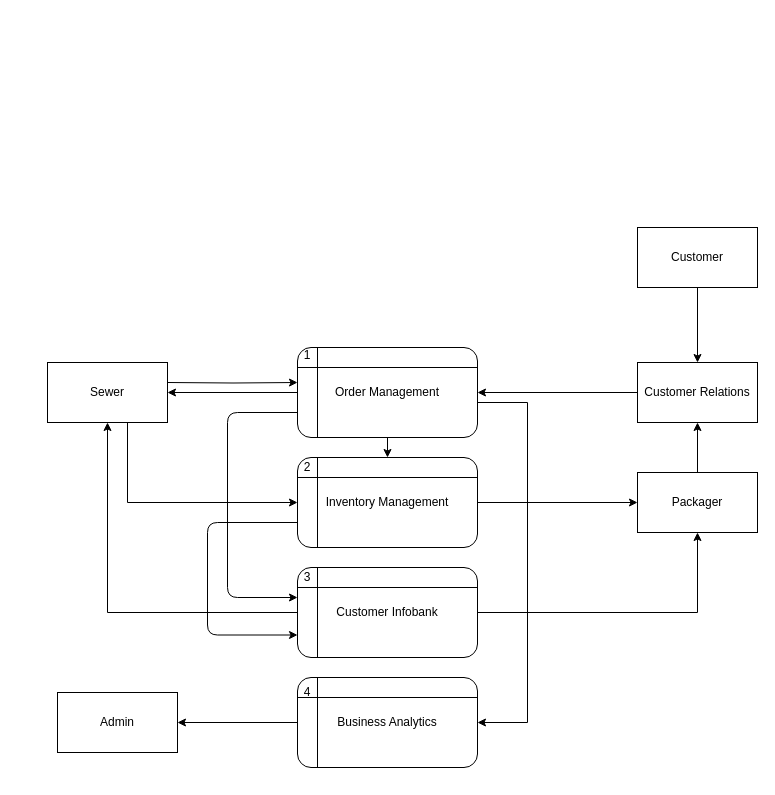
Above: page "Revision Level 1 DFD" (2 of 6) of DFD DIAGRAMS.drawio in BryanFabellore/Team_SPOTLIGHT (draw.io), before the change. Source tidied: cells renumbered, new cells numbered last; positions are measured from the earlier drawing's top-left corner, leaving out a move shared by most shapes. Both pictures are drawn from the tidied source at 100%, with x=0, y=0 at pixel (47, 227).
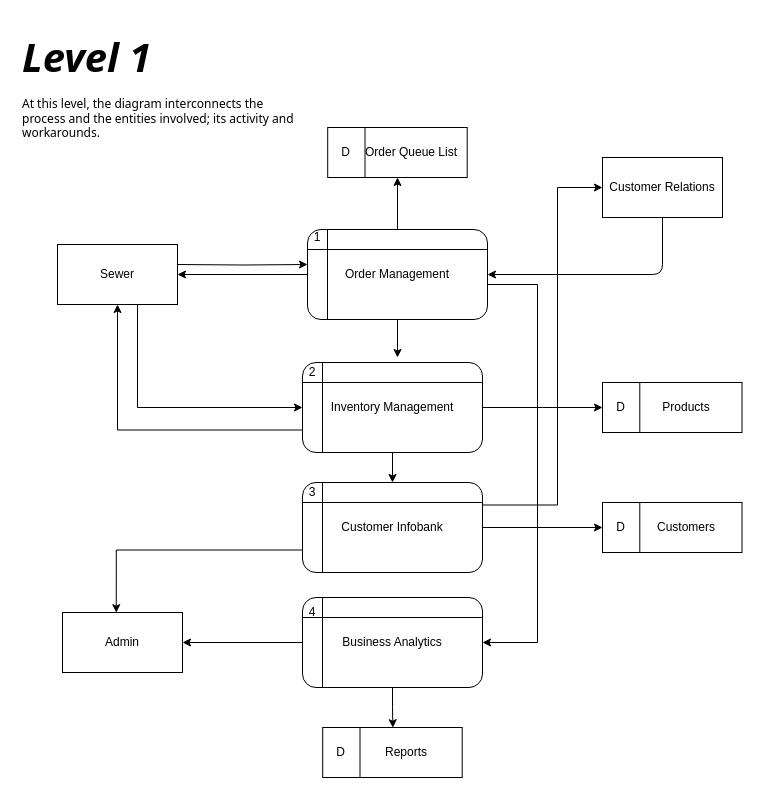
After the change.

Diff of the diagram source:
```diff
@@
+    <mxCell id="3" style="edgeStyle=orthogonalEdgeStyle;rounded=0;jettySize=auto;html=1;exitX=1;exitY=0.5;exitDx=0;exitDy=0;" parent="1" edge="1" source="4">
+      <mxGeometry relative="1" as="geometry">
+        <mxPoint x="555" y="180" as="targetPoint" />
+      </mxGeometry>
+    </mxCell>
+    <mxCell id="29" style="edgeStyle=orthogonalEdgeStyle;rounded=0;jettySize=auto;html=1;exitX=0;exitY=0.75;exitDx=0;exitDy=0;entryX=0.5;entryY=1;entryDx=0;entryDy=0;" parent="1" edge="1" source="4" target="19">
+      <mxGeometry relative="1" as="geometry" />
+    </mxCell>
-    <mxCell id="2" style="edgeStyle=orthogonalEdgeStyle;rounded=1;jettySize=auto;html=1;entryX=0;entryY=0.75;entryDx=0;entryDy=0;fontFamily=Helvetica;fontSize=12;fontColor=default;" parent="1" edge="1" source="4" target="7">
-      <mxGeometry relative="1" as="geometry">
-        <Array as="points">
-          <mxPoint x="160" y="295" />
-          <mxPoint x="160" y="408" />
-        </Array>
-      </mxGeometry>
+    <mxCell id="2" style="edgeStyle=orthogonalEdgeStyle;rounded=0;jettySize=auto;html=1;exitX=0.5;exitY=1;exitDx=0;exitDy=0;entryX=0.5;entryY=0;entryDx=0;entryDy=0;" parent="1" edge="1" source="4" target="7">
+      <mxGeometry relative="1" as="geometry" />
     </mxCell>
-    <mxCell id="3" style="edgeStyle=orthogonalEdgeStyle;rounded=0;jettySize=auto;html=1;exitX=1;exitY=0.5;exitDx=0;exitDy=0;entryX=0;entryY=0.5;entryDx=0;entryDy=0;" parent="1" edge="1" source="4" target="21">
-      <mxGeometry relative="1" as="geometry" />
-    </mxCell>
     <mxCell id="4" value="Inventory Management" style="shape=internalStorage;whiteSpace=wrap;html=1;backgroundOutline=1;rounded=1;strokeColor=default;fontFamily=Helvetica;fontSize=12;fontColor=default;fillColor=#FFFFFF;" parent="1" vertex="1">
-      <mxGeometry x="250" y="230" width="180" height="90" as="geometry" />
+      <mxGeometry x="255" y="135" width="180" height="90" as="geometry" />
     </mxCell>
-    <mxCell id="5" style="edgeStyle=orthogonalEdgeStyle;rounded=0;jettySize=auto;html=1;exitX=1;exitY=0.5;exitDx=0;exitDy=0;entryX=0.5;entryY=1;entryDx=0;entryDy=0;" parent="1" edge="1" source="7" target="21">
-      <mxGeometry relative="1" as="geometry" />
-    </mxCell>
-    <mxCell id="6" style="edgeStyle=orthogonalEdgeStyle;rounded=0;jettySize=auto;html=1;entryX=0.5;entryY=1;entryDx=0;entryDy=0;" parent="1" edge="1" source="7" target="19">
-      <mxGeometry relative="1" as="geometry" />
-    </mxCell>
+    <mxCell id="30" style="edgeStyle=orthogonalEdgeStyle;rounded=0;jettySize=auto;html=1;entryX=0;entryY=0.5;entryDx=0;entryDy=0;" parent="1" edge="1" source="7" target="44">
+      <mxGeometry relative="1" as="geometry">
+        <Array as="points">
+          <mxPoint x="555" y="300" />
+        </Array>
+      </mxGeometry>
+    </mxCell>
+    <mxCell id="31" style="edgeStyle=orthogonalEdgeStyle;rounded=0;jettySize=auto;html=1;exitX=0;exitY=0.75;exitDx=0;exitDy=0;entryX=0.448;entryY=0.003;entryDx=0;entryDy=0;entryPerimeter=0;" parent="1" edge="1" source="7" target="17">
+      <mxGeometry relative="1" as="geometry" />
+    </mxCell>
+    <mxCell id="32" style="edgeStyle=orthogonalEdgeStyle;rounded=0;jettySize=auto;html=1;exitX=1;exitY=0.25;exitDx=0;exitDy=0;entryX=0;entryY=0.5;entryDx=0;entryDy=0;" parent="1" edge="1" source="7" target="16">
+      <mxGeometry relative="1" as="geometry">
+        <Array as="points">
+          <mxPoint x="510" y="278" />
+          <mxPoint x="510" y="-40" />
+        </Array>
+      </mxGeometry>
+    </mxCell>
     <mxCell id="7" value="Customer Infobank" style="shape=internalStorage;whiteSpace=wrap;html=1;backgroundOutline=1;rounded=1;strokeColor=default;fontFamily=Helvetica;fontSize=12;fontColor=default;fillColor=#FFFFFF;" parent="1" vertex="1">
-      <mxGeometry x="250" y="340" width="180" height="90" as="geometry" />
+      <mxGeometry x="255" y="255" width="180" height="90" as="geometry" />
     </mxCell>
@@
+    <mxCell id="33" style="edgeStyle=orthogonalEdgeStyle;rounded=0;jettySize=auto;html=1;entryX=0.381;entryY=0.004;entryDx=0;entryDy=0;entryPerimeter=0;" parent="1" edge="1" source="9" target="46">
+      <mxGeometry relative="1" as="geometry" />
+    </mxCell>
     <mxCell id="9" value="Business Analytics" style="shape=internalStorage;whiteSpace=wrap;html=1;backgroundOutline=1;rounded=1;strokeColor=default;fontFamily=Helvetica;fontSize=12;fontColor=default;fillColor=#FFFFFF;" parent="1" vertex="1">
-      <mxGeometry x="250" y="450" width="180" height="90" as="geometry" />
+      <mxGeometry x="255" y="370" width="180" height="90" as="geometry" />
     </mxCell>
-    <mxCell id="10" style="edgeStyle=orthogonalEdgeStyle;rounded=1;jettySize=auto;html=1;fontFamily=Helvetica;fontSize=12;fontColor=default;" parent="1" edge="1" source="14" target="7">
-      <mxGeometry relative="1" as="geometry">
-        <Array as="points">
-          <mxPoint x="180" y="185" />
-          <mxPoint x="180" y="370" />
-        </Array>
-      </mxGeometry>
-    </mxCell>
@@
-    <mxCell id="12" style="edgeStyle=orthogonalEdgeStyle;rounded=0;jettySize=auto;html=1;exitX=0.5;exitY=1;exitDx=0;exitDy=0;entryX=0.5;entryY=0;entryDx=0;entryDy=0;" parent="1" edge="1" source="14" target="4">
-      <mxGeometry relative="1" as="geometry" />
+    <mxCell id="12" style="edgeStyle=orthogonalEdgeStyle;rounded=0;jettySize=auto;html=1;exitX=0.5;exitY=1;exitDx=0;exitDy=0;" parent="1" edge="1" source="14">
+      <mxGeometry relative="1" as="geometry">
+        <mxPoint x="350" y="130" as="targetPoint" />
+      </mxGeometry>
     </mxCell>
     <mxCell id="13" style="edgeStyle=orthogonalEdgeStyle;rounded=0;jettySize=auto;html=1;exitX=1;exitY=0.75;exitDx=0;exitDy=0;entryX=1;entryY=0.5;entryDx=0;entryDy=0;" parent="1" edge="1" source="14" target="9">
       <mxGeometry relative="1" as="geometry">
         <Array as="points">
-          <mxPoint x="430" y="175" />
-          <mxPoint x="480" y="175" />
-          <mxPoint x="480" y="495" />
+          <mxPoint x="440" y="57" />
+          <mxPoint x="490" y="57" />
+          <mxPoint x="490" y="415" />
         </Array>
       </mxGeometry>
     </mxCell>
+    <mxCell id="34" style="edgeStyle=orthogonalEdgeStyle;rounded=0;jettySize=auto;html=1;" parent="1" edge="1" source="14">
+      <mxGeometry relative="1" as="geometry">
+        <mxPoint x="350" y="-50" as="targetPoint" />
+      </mxGeometry>
+    </mxCell>
     <mxCell id="14" value="Order Management" style="shape=internalStorage;whiteSpace=wrap;html=1;backgroundOutline=1;rounded=1;strokeColor=default;fontFamily=Helvetica;fontSize=12;fontColor=default;fillColor=#FFFFFF;" parent="1" vertex="1">
-      <mxGeometry x="250" y="120" width="180" height="90" as="geometry" />
+      <mxGeometry x="260" y="2" width="180" height="90" as="geometry" />
     </mxCell>
-    <mxCell id="15" style="edgeStyle=orthogonalEdgeStyle;rounded=1;jettySize=auto;html=1;entryX=1;entryY=0.5;entryDx=0;entryDy=0;fontFamily=Helvetica;fontSize=12;fontColor=default;" parent="1" edge="1" source="16" target="14">
-      <mxGeometry relative="1" as="geometry" />
+    <mxCell id="15" style="edgeStyle=orthogonalEdgeStyle;rounded=1;jettySize=auto;html=1;entryX=1;entryY=0.5;entryDx=0;entryDy=0;fontFamily=Helvetica;fontSize=12;fontColor=default;exitX=0.5;exitY=1;exitDx=0;exitDy=0;" parent="1" edge="1" source="16" target="14">
+      <mxGeometry relative="1" as="geometry">
+        <Array as="points">
+          <mxPoint x="615" y="47" />
+        </Array>
+      </mxGeometry>
     </mxCell>
     <mxCell id="16" value="Customer Relations" style="rounded=0;whiteSpace=wrap;html=1;strokeColor=default;fontFamily=Helvetica;fontSize=12;fontColor=default;fillColor=#FFFFFF;" parent="1" vertex="1">
-      <mxGeometry x="590" y="135" width="120" height="60" as="geometry" />
+      <mxGeometry x="555" y="-70" width="120" height="60" as="geometry" />
     </mxCell>
     <mxCell id="17" value="Admin" style="rounded=0;whiteSpace=wrap;html=1;strokeColor=default;fontFamily=Helvetica;fontSize=12;fontColor=default;fillColor=#FFFFFF;" parent="1" vertex="1">
-      <mxGeometry x="10" y="465" width="120" height="60" as="geometry" />
+      <mxGeometry x="15" y="385" width="120" height="60" as="geometry" />
     </mxCell>
     <mxCell id="18" style="edgeStyle=orthogonalEdgeStyle;rounded=0;jettySize=auto;html=1;exitX=0.75;exitY=1;exitDx=0;exitDy=0;entryX=0;entryY=0.5;entryDx=0;entryDy=0;" parent="1" edge="1" source="19" target="4">
       <mxGeometry relative="1" as="geometry">
         <Array as="points">
-          <mxPoint x="80" y="195" />
-          <mxPoint x="80" y="275" />
+          <mxPoint x="90" y="77" />
+          <mxPoint x="90" y="180" />
         </Array>
       </mxGeometry>
     </mxCell>
     <mxCell id="19" value="Sewer" style="rounded=0;whiteSpace=wrap;html=1;strokeColor=default;fontFamily=Helvetica;fontSize=12;fontColor=default;fillColor=#FFFFFF;" parent="1" vertex="1">
-      <mxGeometry y="135" width="120" height="60" as="geometry" />
+      <mxGeometry x="10" y="17" width="120" height="60" as="geometry" />
     </mxCell>
-    <mxCell id="20" style="edgeStyle=orthogonalEdgeStyle;rounded=0;jettySize=auto;html=1;exitX=0.5;exitY=0;exitDx=0;exitDy=0;entryX=0.5;entryY=1;entryDx=0;entryDy=0;" parent="1" edge="1" source="21" target="16">
-      <mxGeometry relative="1" as="geometry" />
-    </mxCell>
-    <mxCell id="21" value="Packager" style="rounded=0;whiteSpace=wrap;html=1;strokeColor=default;fontFamily=Helvetica;fontSize=12;fontColor=default;fillColor=#FFFFFF;" parent="1" vertex="1">
-      <mxGeometry x="590" y="245" width="120" height="60" as="geometry" />
-    </mxCell>
-    <mxCell id="22" style="edgeStyle=orthogonalEdgeStyle;rounded=1;jettySize=auto;html=1;entryX=0.5;entryY=0;entryDx=0;entryDy=0;fontFamily=Helvetica;fontSize=12;fontColor=default;" parent="1" edge="1" source="23" target="16">
-      <mxGeometry relative="1" as="geometry" />
-    </mxCell>
-    <mxCell id="23" value="Customer" style="rounded=0;whiteSpace=wrap;html=1;strokeColor=default;fontFamily=Helvetica;fontSize=12;fontColor=default;fillColor=#FFFFFF;" parent="1" vertex="1">
-      <mxGeometry x="590" width="120" height="60" as="geometry" />
-    </mxCell>
     <mxCell id="24" value="1" style="text;html=1;strokeColor=none;fillColor=none;align=center;verticalAlign=middle;whiteSpace=wrap;rounded=0;" parent="1" vertex="1">
-      <mxGeometry x="230" y="118" width="60" height="20" as="geometry" />
+      <mxGeometry x="240" width="60" height="20" as="geometry" />
     </mxCell>
     <mxCell id="25" value="4" style="text;html=1;strokeColor=none;fillColor=none;align=center;verticalAlign=middle;whiteSpace=wrap;rounded=0;" parent="1" vertex="1">
-      <mxGeometry x="230" y="450" width="60" height="30" as="geometry" />
+      <mxGeometry x="235" y="370" width="60" height="30" as="geometry" />
     </mxCell>
     <mxCell id="26" value="3" style="text;html=1;strokeColor=none;fillColor=none;align=center;verticalAlign=middle;whiteSpace=wrap;rounded=0;" parent="1" vertex="1">
-      <mxGeometry x="230" y="335" width="60" height="30" as="geometry" />
+      <mxGeometry x="235" y="250" width="60" height="30" as="geometry" />
     </mxCell>
     <mxCell id="27" value="2" style="text;html=1;strokeColor=none;fillColor=none;align=center;verticalAlign=middle;whiteSpace=wrap;rounded=0;" parent="1" vertex="1">
-      <mxGeometry x="230" y="225" width="60" height="30" as="geometry" />
+      <mxGeometry x="235" y="130" width="60" height="30" as="geometry" />
     </mxCell>
     <mxCell id="28" style="edgeStyle=orthogonalEdgeStyle;rounded=0;jettySize=auto;html=1;exitX=0;exitY=0.5;exitDx=0;exitDy=0;entryX=0;entryY=0.389;entryDx=0;entryDy=0;entryPerimeter=0;" parent="1" edge="1" target="14">
       <mxGeometry relative="1" as="geometry">
-        <mxPoint x="120" y="155" as="sourcePoint" />
+        <mxPoint x="130" y="37" as="sourcePoint" />
       </mxGeometry>
     </mxCell>
+    <mxCell id="35" value="&lt;h1&gt;&lt;i&gt;&lt;font face=&quot;Tahoma&quot; style=&quot;font-size: 40px;&quot;&gt;Level 1&lt;/font&gt;&lt;/i&gt;&lt;/h1&gt;&lt;p&gt;&lt;font face=&quot;Tahoma&quot;&gt;At this level, the diagram interconnects the process and the entities involved; its activity and workarounds.&lt;/font&gt;&lt;/p&gt;" style="text;html=1;strokeColor=none;fillColor=none;spacing=5;spacingTop=-20;whiteSpace=wrap;overflow=hidden;rounded=0;" parent="1" vertex="1">
+      <mxGeometry x="-30" y="-200" width="290" height="130" as="geometry" />
+    </mxCell>
+    <mxCell id="36" style="group;" parent="1" vertex="1">
+      <mxGeometry x="280.2" y="-100" width="139.5" height="50" as="geometry" />
+    </mxCell>
+    <mxCell id="37" value="Order Queue List" style="rounded=0;whiteSpace=wrap;html=1;strokeColor=default;fontFamily=Helvetica;fontSize=12;fontColor=default;fillColor=#FFFFFF;" parent="36" vertex="1">
+      <mxGeometry x="27.5" width="112" height="50" as="geometry" />
+    </mxCell>
+    <mxCell id="38" value="D" style="rounded=0;whiteSpace=wrap;html=1;strokeColor=default;fontFamily=Helvetica;fontSize=12;fontColor=default;fillColor=#FFFFFF;" parent="36" vertex="1">
+      <mxGeometry width="37.3" height="50" as="geometry" />
+    </mxCell>
+    <mxCell id="39" style="group;" parent="1" vertex="1">
+      <mxGeometry x="555" y="155" width="139.5" height="50" as="geometry" />
+    </mxCell>
+    <mxCell id="40" value="Products" style="rounded=0;whiteSpace=wrap;html=1;strokeColor=default;fontFamily=Helvetica;fontSize=12;fontColor=default;fillColor=#FFFFFF;" parent="39" vertex="1">
+      <mxGeometry x="27.5" width="112" height="50" as="geometry" />
+    </mxCell>
+    <mxCell id="41" value="D" style="rounded=0;whiteSpace=wrap;html=1;strokeColor=default;fontFamily=Helvetica;fontSize=12;fontColor=default;fillColor=#FFFFFF;" parent="39" vertex="1">
+      <mxGeometry width="37.3" height="50" as="geometry" />
+    </mxCell>
+    <mxCell id="42" style="group;" parent="1" vertex="1">
+      <mxGeometry x="555" y="275" width="139.5" height="50" as="geometry" />
+    </mxCell>
+    <mxCell id="43" value="Customers" style="rounded=0;whiteSpace=wrap;html=1;strokeColor=default;fontFamily=Helvetica;fontSize=12;fontColor=default;fillColor=#FFFFFF;" parent="42" vertex="1">
+      <mxGeometry x="27.5" width="112" height="50" as="geometry" />
+    </mxCell>
+    <mxCell id="44" value="D" style="rounded=0;whiteSpace=wrap;html=1;strokeColor=default;fontFamily=Helvetica;fontSize=12;fontColor=default;fillColor=#FFFFFF;" parent="42" vertex="1">
+      <mxGeometry width="37.3" height="50" as="geometry" />
+    </mxCell>
+    <mxCell id="45" style="group;" parent="1" vertex="1">
+      <mxGeometry x="275.2" y="500" width="139.5" height="50" as="geometry" />
+    </mxCell>
+    <mxCell id="46" value="Reports" style="rounded=0;whiteSpace=wrap;html=1;strokeColor=default;fontFamily=Helvetica;fontSize=12;fontColor=default;fillColor=#FFFFFF;" parent="45" vertex="1">
+      <mxGeometry x="27.5" width="112" height="50" as="geometry" />
+    </mxCell>
+    <mxCell id="47" value="D" style="rounded=0;whiteSpace=wrap;html=1;strokeColor=default;fontFamily=Helvetica;fontSize=12;fontColor=default;fillColor=#FFFFFF;" parent="45" vertex="1">
+      <mxGeometry width="37.3" height="50" as="geometry" />
+    </mxCell>
```
